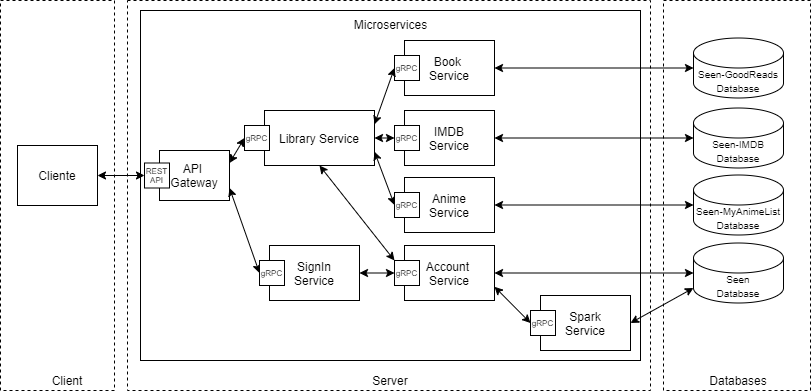
Earlier version of the draw.io export app/api/report/images/CloudNativeAppArchitecture.png (JotaFilip/cn-g). Source tidied: cells renumbered, new cells last; positions are measured from the earlier drawing's top-left corner, leaving out a move shared by most shapes.
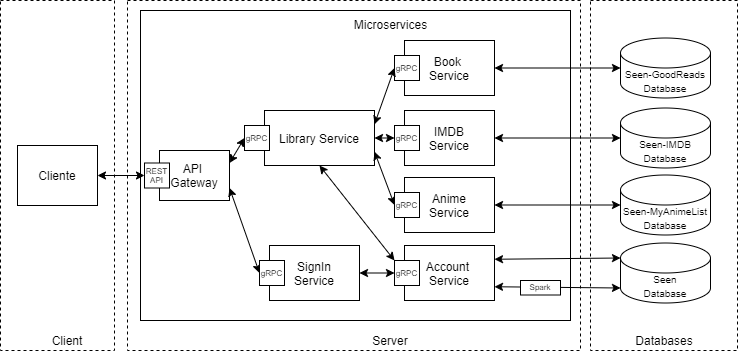
The same file after the commit.

Diff of the diagram source:
```diff
@@ -3,16 +3,16 @@
     <mxCell id="0" />
     <mxCell id="1" parent="0" />
     <mxCell id="2" style="rounded=0;whiteSpace=wrap;html=1;dashed=1;fillColor=none;" parent="1" vertex="1">
-      <mxGeometry x="127" width="523" height="390" as="geometry" />
+      <mxGeometry x="127" width="453" height="350" as="geometry" />
     </mxCell>
     <mxCell id="3" style="rounded=0;whiteSpace=wrap;html=1;fillColor=none;" parent="1" vertex="1">
-      <mxGeometry x="140" y="10" width="500" height="350" as="geometry" />
+      <mxGeometry x="140" y="10" width="430" height="310" as="geometry" />
     </mxCell>
     <mxCell id="4" style="rounded=0;whiteSpace=wrap;html=1;dashed=1;fillColor=none;" parent="1" vertex="1">
-      <mxGeometry width="114" height="390" as="geometry" />
+      <mxGeometry width="114" height="350" as="geometry" />
     </mxCell>
     <mxCell id="5" style="rounded=0;whiteSpace=wrap;html=1;dashed=1;fillColor=none;" parent="1" vertex="1">
-      <mxGeometry x="663" width="147" height="390" as="geometry" />
+      <mxGeometry x="590" width="147" height="350" as="geometry" />
     </mxCell>
     <mxCell id="6" value="Cliente" style="rounded=0;whiteSpace=wrap;html=1;" parent="1" vertex="1">
       <mxGeometry x="17" y="145" width="80" height="60" as="geometry" />
@@ -21,13 +21,13 @@
       <mxGeometry x="159" y="150" width="70" height="50" as="geometry" />
     </mxCell>
     <mxCell id="8" value="&lt;div&gt;&lt;span style=&quot;font-size: 10px&quot;&gt;Seen-MyAnimeList Database&lt;/span&gt;&lt;/div&gt;" style="shape=cylinder3;whiteSpace=wrap;html=1;boundedLbl=1;backgroundOutline=1;size=15;align=center;" parent="1" vertex="1">
-      <mxGeometry x="693" y="174.5" width="90" height="60" as="geometry" />
+      <mxGeometry x="620" y="174.5" width="90" height="60" as="geometry" />
     </mxCell>
     <mxCell id="9" value="Databases" style="text;html=1;strokeColor=none;fillColor=none;align=center;verticalAlign=middle;whiteSpace=wrap;rounded=0;dashed=1;" parent="1" vertex="1">
-      <mxGeometry x="718" y="370" width="40" height="20" as="geometry" />
+      <mxGeometry x="643.5" y="330" width="40" height="20" as="geometry" />
     </mxCell>
     <mxCell id="10" value="&lt;font style=&quot;font-size: 10px&quot;&gt;Seen&lt;br&gt;Database&lt;/font&gt;" style="shape=cylinder3;whiteSpace=wrap;html=1;boundedLbl=1;backgroundOutline=1;size=15;" parent="1" vertex="1">
-      <mxGeometry x="693" y="242.5" width="90" height="60" as="geometry" />
+      <mxGeometry x="620" y="242.5" width="90" height="60" as="geometry" />
     </mxCell>
     <mxCell id="11" value="Microservices" style="text;html=1;strokeColor=none;fillColor=none;align=center;verticalAlign=middle;whiteSpace=wrap;rounded=0;" parent="1" vertex="1">
       <mxGeometry x="342.5" y="14" width="95" height="20" as="geometry" />
@@ -35,10 +35,10 @@
     <mxCell id="12" value="Anime&lt;br&gt;Service" style="rounded=0;whiteSpace=wrap;html=1;fillColor=none;" parent="1" vertex="1">
       <mxGeometry x="404" y="177" width="90" height="55" as="geometry" />
     </mxCell>
-    <mxCell id="13" style="rounded=0;jettySize=auto;html=1;exitX=1;exitY=0.75;exitDx=0;exitDy=0;entryX=0;entryY=0.5;entryDx=0;entryDy=0;startArrow=classic;startFill=1;" parent="1" edge="1" source="15" target="44">
+    <mxCell id="13" style="rounded=0;jettySize=auto;html=1;exitX=1;exitY=0.75;exitDx=0;exitDy=0;entryX=0;entryY=1;entryDx=0;entryDy=-15;startArrow=classic;startFill=1;entryPerimeter=0;" parent="1" edge="1" source="15" target="10">
       <mxGeometry relative="1" as="geometry" />
     </mxCell>
-    <mxCell id="14" style="edgeStyle=none;rounded=0;jettySize=auto;html=1;exitX=1;exitY=0.5;exitDx=0;exitDy=0;entryX=0;entryY=0.5;entryDx=0;entryDy=0;entryPerimeter=0;startArrow=classic;startFill=1;" parent="1" edge="1" source="15" target="10">
+    <mxCell id="14" style="edgeStyle=none;rounded=0;jettySize=auto;html=1;exitX=1;exitY=0.25;exitDx=0;exitDy=0;startArrow=classic;startFill=1;entryX=0;entryY=0;entryDx=0;entryDy=15;entryPerimeter=0;" parent="1" edge="1" source="15" target="10">
       <mxGeometry relative="1" as="geometry" />
     </mxCell>
     <mxCell id="15" value="Account &lt;br&gt;Service" style="rounded=0;whiteSpace=wrap;html=1;fillColor=none;" parent="1" vertex="1">
@@ -47,9 +47,6 @@
     <mxCell id="16" style="endArrow=classic;startArrow=classic;html=1;entryX=0;entryY=0.5;entryDx=0;entryDy=0;entryPerimeter=0;exitX=1;exitY=0.5;exitDx=0;exitDy=0;" parent="1" edge="1" source="12" target="8">
       <mxGeometry relative="1" as="geometry" />
     </mxCell>
-    <mxCell id="17" style="endArrow=classic;startArrow=classic;html=1;exitX=1;exitY=0.5;exitDx=0;exitDy=0;entryX=0;entryY=1;entryDx=0;entryDy=-15;entryPerimeter=0;" parent="1" edge="1" source="43" target="10">
-      <mxGeometry relative="1" as="geometry" />
-    </mxCell>
     <mxCell id="18" style="endArrow=classic;startArrow=classic;html=1;exitX=1;exitY=0.5;exitDx=0;exitDy=0;entryX=0;entryY=0.5;entryDx=0;entryDy=0;" parent="1" edge="1" source="6" target="36">
       <mxGeometry relative="1" as="geometry" />
     </mxCell>
@@ -60,10 +57,10 @@
       <mxGeometry relative="1" as="geometry" />
     </mxCell>
     <mxCell id="21" value="Client" style="text;html=1;strokeColor=none;fillColor=none;align=center;verticalAlign=middle;whiteSpace=wrap;rounded=0;" parent="1" vertex="1">
-      <mxGeometry x="47" y="370" width="40" height="20" as="geometry" />
+      <mxGeometry x="47" y="330" width="40" height="20" as="geometry" />
     </mxCell>
     <mxCell id="22" value="Server" style="text;html=1;strokeColor=none;fillColor=none;align=center;verticalAlign=middle;whiteSpace=wrap;rounded=0;" parent="1" vertex="1">
-      <mxGeometry x="370" y="370" width="40" height="20" as="geometry" />
+      <mxGeometry x="370" y="330" width="40" height="20" as="geometry" />
     </mxCell>
     <mxCell id="23" value="IMDB&lt;br&gt;Service" style="rounded=0;whiteSpace=wrap;html=1;fillColor=none;" parent="1" vertex="1">
       <mxGeometry x="404" y="110" width="90" height="55" as="geometry" />
@@ -81,10 +78,10 @@
       <mxGeometry relative="1" as="geometry" />
     </mxCell>
     <mxCell id="28" value="&lt;font style=&quot;font-size: 10px&quot;&gt;Seen-IMDB Database&lt;/font&gt;" style="shape=cylinder3;whiteSpace=wrap;html=1;boundedLbl=1;backgroundOutline=1;size=15;" parent="1" vertex="1">
-      <mxGeometry x="693" y="107.5" width="90" height="60" as="geometry" />
+      <mxGeometry x="620" y="107.5" width="90" height="60" as="geometry" />
     </mxCell>
     <mxCell id="29" value="&lt;font style=&quot;font-size: 10px&quot;&gt;Seen-GoodReads Database&lt;/font&gt;" style="shape=cylinder3;whiteSpace=wrap;html=1;boundedLbl=1;backgroundOutline=1;size=15;" parent="1" vertex="1">
-      <mxGeometry x="693" y="37.5" width="90" height="60" as="geometry" />
+      <mxGeometry x="620" y="37.5" width="90" height="60" as="geometry" />
     </mxCell>
     <mxCell id="30" style="endArrow=classic;startArrow=classic;html=1;entryX=0;entryY=0.5;entryDx=0;entryDy=0;entryPerimeter=0;exitX=1;exitY=0.5;exitDx=0;exitDy=0;" parent="1" edge="1" source="23" target="28">
       <mxGeometry relative="1" as="geometry" />
@@ -125,11 +122,8 @@
     <mxCell id="42" style="endArrow=classic;startArrow=classic;html=1;exitX=1;exitY=0.5;exitDx=0;exitDy=0;entryX=0;entryY=0.5;entryDx=0;entryDy=0;" parent="1" edge="1" source="40" target="35">
       <mxGeometry relative="1" as="geometry" />
     </mxCell>
-    <mxCell id="43" value="Spark&lt;br&gt;Service" style="rounded=0;whiteSpace=wrap;html=1;fillColor=none;" parent="1" vertex="1">
-      <mxGeometry x="540" y="295" width="90" height="55" as="geometry" />
-    </mxCell>
-    <mxCell id="44" value="&lt;h6&gt;&lt;span style=&quot;font-size: 8px ; font-weight: 400&quot;&gt;gRPC&lt;/span&gt;&lt;br&gt;&lt;/h6&gt;" style="whiteSpace=wrap;html=1;align=center;" parent="1" vertex="1">
-      <mxGeometry x="530" y="310" width="25" height="25" as="geometry" />
+    <mxCell id="44" value="&lt;h6&gt;&lt;span style=&quot;font-size: 8px ; font-weight: 400&quot;&gt;Spark&lt;/span&gt;&lt;br&gt;&lt;/h6&gt;" style="whiteSpace=wrap;html=1;align=center;" parent="1" vertex="1">
+      <mxGeometry x="520" y="280" width="40" height="14.5" as="geometry" />
     </mxCell>
   </root>
 </mxGraphModel>
```
